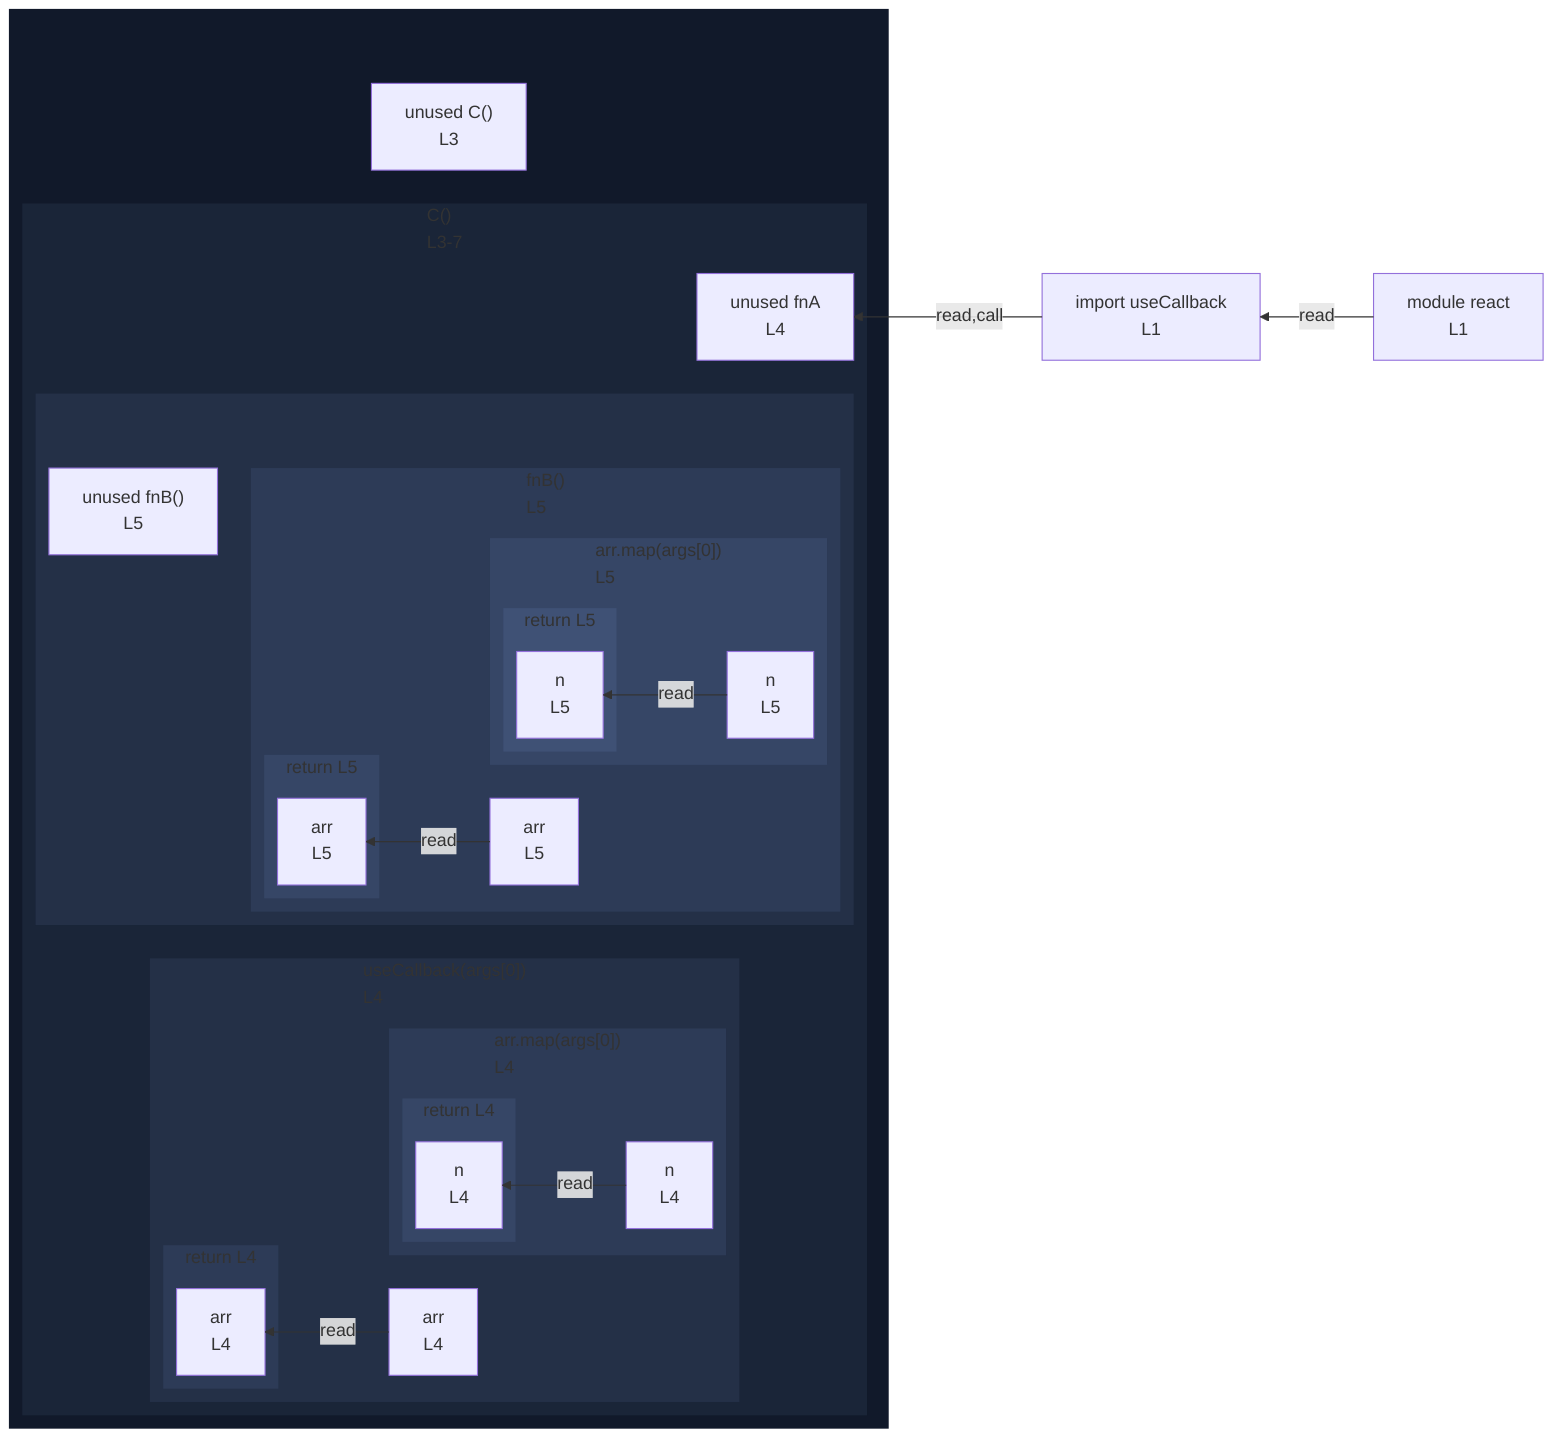
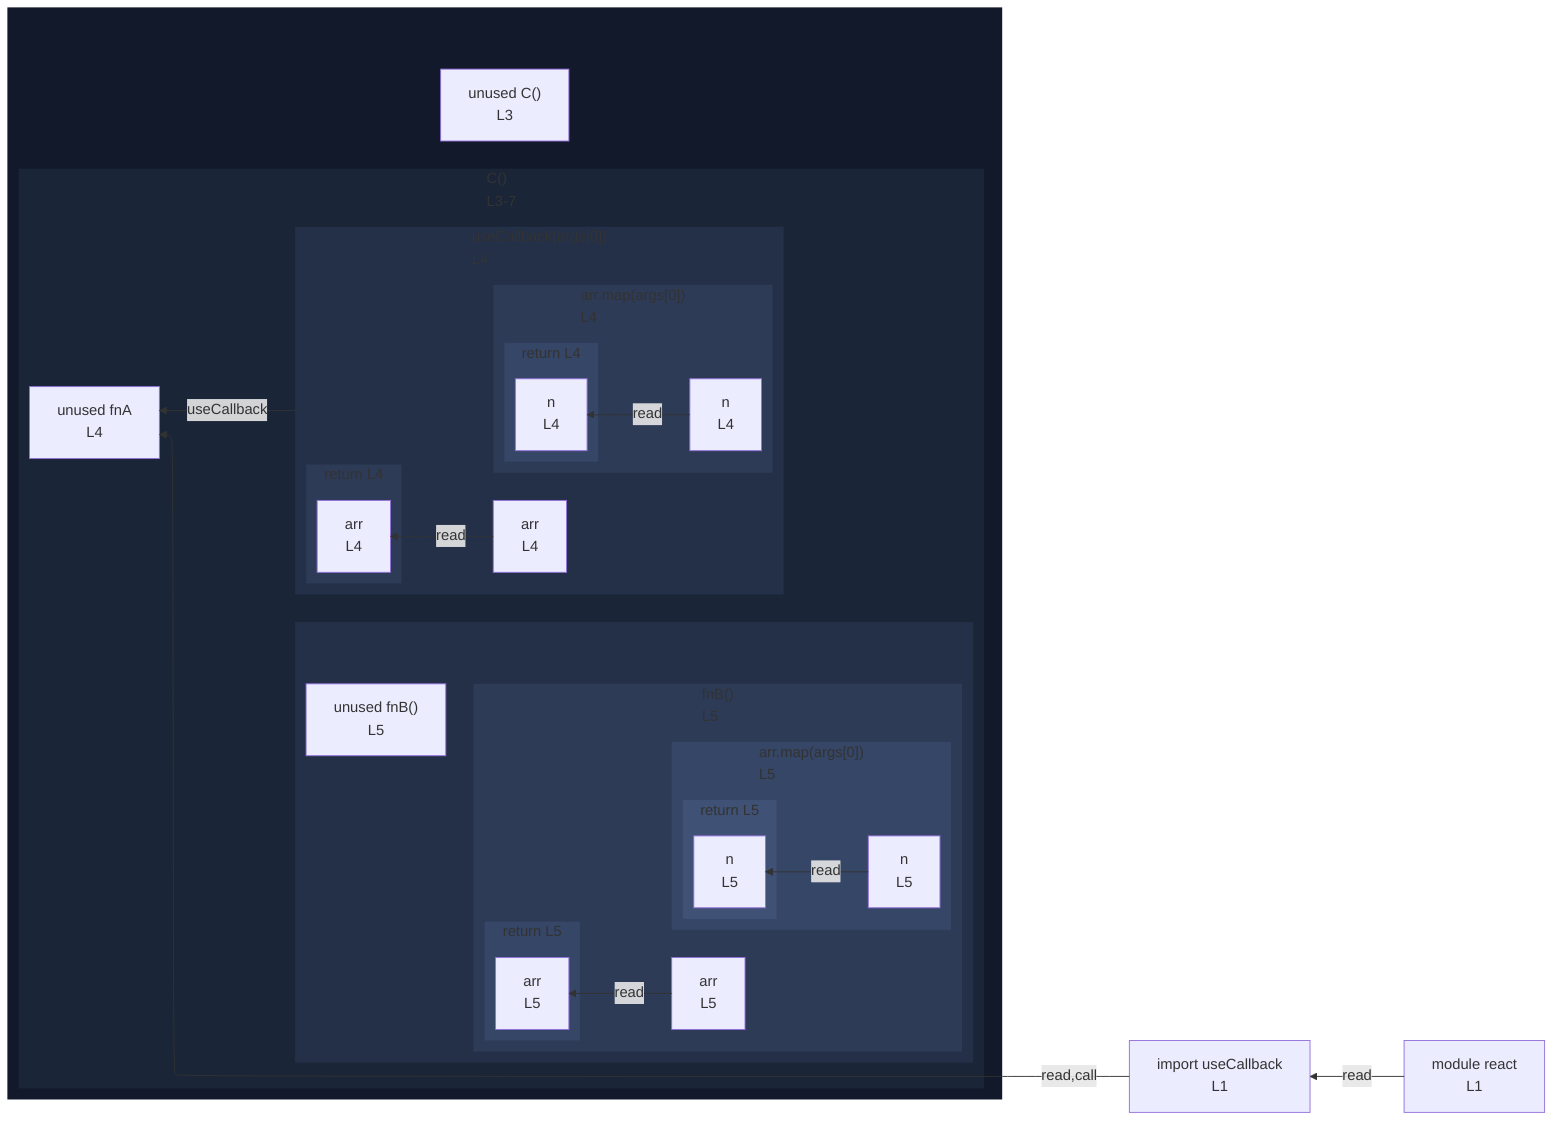
%%{init: {"flowchart": {"defaultRenderer": "elk"}}}%%
flowchart RL
  n_scope_0_useCallback_9["import useCallback<br/>L1"]
  subgraph wrap_s_scope_1[" "]
    direction TB
    n_scope_0_C_44["unused C()<br/>L3"]
    subgraph s_scope_1["C()<br/>L3-7"]
      direction RL
      n_scope_1_fnA_64["unused fnA<br/>L4"]
      subgraph s_scope_2["useCallback(args[0])<br/>L4"]
        direction RL
        n_scope_2_arr_83["arr<br/>L4"]
        subgraph s_scope_3["arr.map(args[0])<br/>L4"]
          direction RL
          n_scope_3_n_110["n<br/>L4"]
          subgraph s_return_scope_0_C_44_116_121["return L4"]
            direction RL
            ret_use_ref_4["n<br/>L4"]
          end
        end
        subgraph s_return_scope_0_C_44_101_122["return L4"]
          direction RL
          ret_use_ref_3["arr<br/>L4"]
        end
      end
      subgraph wrap_s_scope_4[" "]
        direction TB
        n_scope_1_fnB_137["unused fnB()<br/>L5"]
        subgraph s_scope_4["fnB()<br/>L5"]
          direction RL
          n_scope_4_arr_144["arr<br/>L5"]
          subgraph s_scope_5["arr.map(args[0])<br/>L5"]
            direction RL
            n_scope_5_n_171["n<br/>L5"]
            subgraph s_return_scope_1_fnB_137_177_182["return L5"]
              direction RL
              ret_use_ref_7["n<br/>L5"]
            end
          end
          subgraph s_return_scope_1_fnB_137_162_183["return L5"]
            direction RL
            ret_use_ref_6["arr<br/>L5"]
          end
        end
      end
    end
  end
  n_scope_0_useCallback_9 -->|read,call| n_scope_1_fnA_64
  n_scope_2_arr_83 -->|read| ret_use_ref_3
  n_scope_3_n_110 -->|read| ret_use_ref_4
  n_scope_4_arr_144 -->|read| ret_use_ref_6
  n_scope_5_n_171 -->|read| ret_use_ref_7
+   s_scope_2 -->|useCallback| n_scope_1_fnA_64
  mod_react["module react<br/>L1"]
  mod_react -->|read| n_scope_0_useCallback_9
  classDef nestL1 fill:#11192a,stroke:transparent;
  class wrap_s_scope_1 nestL1;
  classDef nestL2 fill:#1a2538,stroke:transparent;
  class s_scope_1 nestL2;
  classDef nestL3 fill:#243047,stroke:transparent;
  class s_scope_2 nestL3;
  class wrap_s_scope_4 nestL3;
  classDef nestL4 fill:#2d3b57,stroke:transparent;
  class s_scope_3 nestL4;
  class s_return_scope_0_C_44_101_122 nestL4;
  class s_scope_4 nestL4;
  classDef nestL5 fill:#364666,stroke:transparent;
  class s_return_scope_0_C_44_116_121 nestL5;
  class s_scope_5 nestL5;
  class s_return_scope_1_fnB_137_162_183 nestL5;
  classDef nestL6 fill:#3f5175,stroke:transparent;
  class s_return_scope_1_fnB_137_177_182 nestL6;
